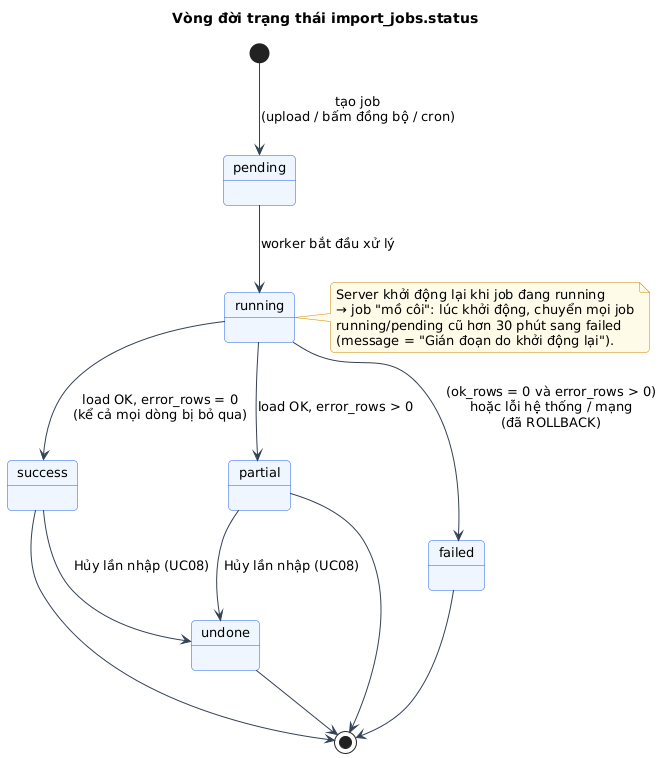
hoang13516-dev/TTCN_CCROBO keeps this PlantUML diagram as docs/phan-tich/so-do/out/07-trang-thai-import-job.png. Above is the earlier version.
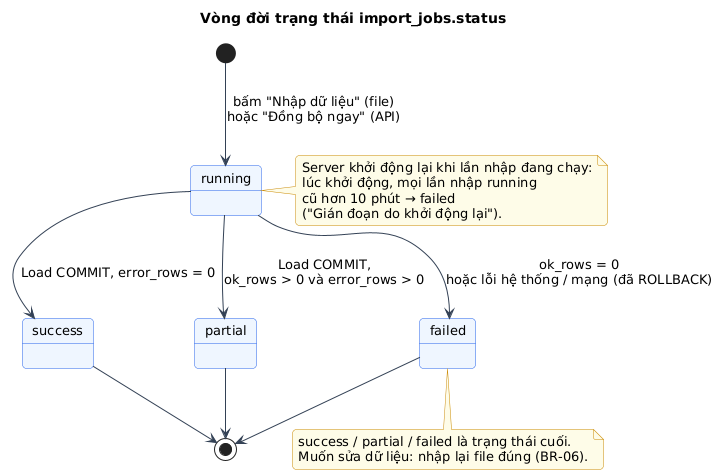
Above is the later version.

Change to the diagram source:
```diff
@@ -2,22 +2,22 @@
 !include _style.iuml
 title Vòng đời trạng thái import_jobs.status
 
-[*] --> pending : tạo job\n(upload / bấm đồng bộ / cron)
-pending --> running : worker bắt đầu xử lý
-running --> success : load OK, error_rows = 0\n(kể cả mọi dòng bị bỏ qua)
-running --> partial : load OK, error_rows > 0
-running --> failed : (ok_rows = 0 và error_rows > 0)\nhoặc lỗi hệ thống / mạng\n(đã ROLLBACK)
-success --> undone : Hủy lần nhập (UC08)
-partial --> undone : Hủy lần nhập (UC08)
-failed --> [*]
-undone --> [*]
+[*] --> running : bấm "Nhập dữ liệu" (file)\nhoặc "Đồng bộ ngay" (API)
+running --> success : Load COMMIT, error_rows = 0
+running --> partial : Load COMMIT,\nok_rows > 0 và error_rows > 0
+running --> failed : ok_rows = 0\nhoặc lỗi hệ thống / mạng (đã ROLLBACK)
 success --> [*]
 partial --> [*]
+failed --> [*]
 
 note right of running
-  Server khởi động lại khi job đang running
-  → job "mồ côi": lúc khởi động, chuyển mọi job
-  running/pending cũ hơn 30 phút sang failed
-  (message = "Gián đoạn do khởi động lại").
+  Server khởi động lại khi lần nhập đang chạy:
+  lúc khởi động, mọi lần nhập running
+  cũ hơn 10 phút → failed
+  ("Gián đoạn do khởi động lại").
+end note
+note bottom of failed
+  success / partial / failed là trạng thái cuối.
+  Muốn sửa dữ liệu: nhập lại file đúng (BR-06).
 end note
 @enduml
```
